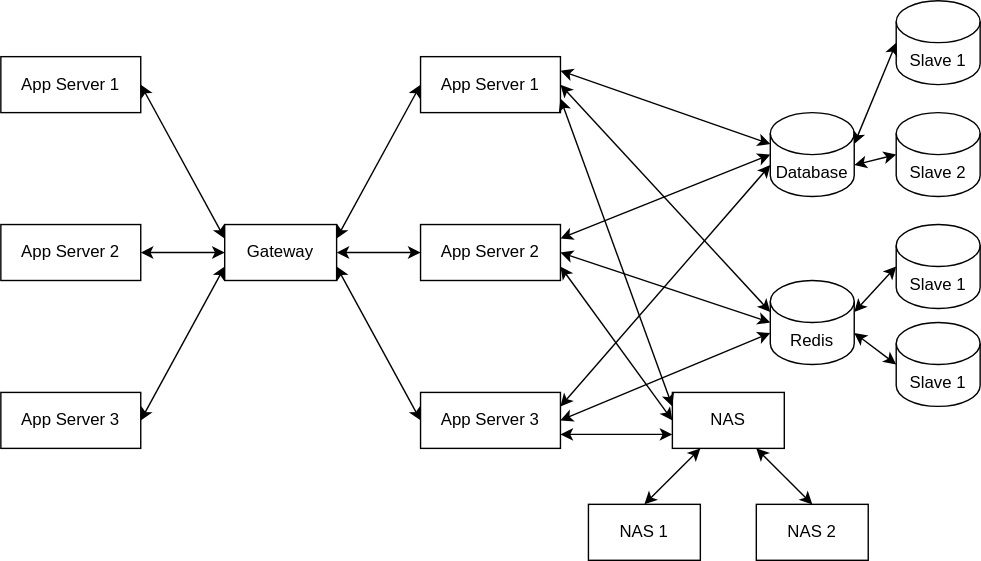
Earlier version of the draw.io export scale-up.svg (Planetbiru/MagicObject). Source tidied: cells renumbered, new cells last; positions are measured from the earlier drawing's top-left corner, leaving out a move shared by most shapes. The source it was exported from:
```xml
<mxGraphModel>
  <root>
    <mxCell id="0" />
    <mxCell id="1" parent="0" />
    <mxCell id="2" value="Gateway" style="rounded=0;whiteSpace=wrap;html=1;" parent="1" vertex="1">
      <mxGeometry x="160" y="160" width="80" height="40" as="geometry" />
    </mxCell>
    <mxCell id="3" value="App Server 1" style="rounded=0;whiteSpace=wrap;html=1;" parent="1" vertex="1">
      <mxGeometry x="300" y="40" width="100" height="40" as="geometry" />
    </mxCell>
    <mxCell id="4" value="App Server 2" style="rounded=0;whiteSpace=wrap;html=1;" parent="1" vertex="1">
      <mxGeometry x="300" y="160" width="100" height="40" as="geometry" />
    </mxCell>
    <mxCell id="5" value="App Server 3" style="rounded=0;whiteSpace=wrap;html=1;" parent="1" vertex="1">
      <mxGeometry x="300" y="280" width="100" height="40" as="geometry" />
    </mxCell>
    <mxCell id="6" value="Database" style="shape=cylinder3;whiteSpace=wrap;html=1;boundedLbl=1;backgroundOutline=1;size=15;" parent="1" vertex="1">
      <mxGeometry x="550" y="80" width="60" height="60" as="geometry" />
    </mxCell>
    <mxCell id="7" style="endArrow=classic;startArrow=classic;html=1;rounded=0;exitX=1;exitY=0.25;exitDx=0;exitDy=0;entryX=0;entryY=0;entryDx=0;entryDy=22.5;entryPerimeter=0;exitPerimeter=0;" parent="1" edge="1" source="3" target="6">
      <mxGeometry relative="1" as="geometry" />
    </mxCell>
    <mxCell id="8" style="endArrow=classic;startArrow=classic;html=1;rounded=0;exitX=1;exitY=0.25;exitDx=0;exitDy=0;entryX=0;entryY=0.5;entryDx=0;entryDy=0;entryPerimeter=0;" parent="1" edge="1" source="4" target="6">
      <mxGeometry relative="1" as="geometry" />
    </mxCell>
    <mxCell id="9" style="endArrow=classic;startArrow=classic;html=1;rounded=0;exitX=1;exitY=0.25;exitDx=0;exitDy=0;entryX=0;entryY=0;entryDx=0;entryDy=37.5;entryPerimeter=0;" parent="1" edge="1" source="5" target="6">
      <mxGeometry relative="1" as="geometry" />
    </mxCell>
    <mxCell id="10" value="Redis" style="shape=cylinder3;whiteSpace=wrap;html=1;boundedLbl=1;backgroundOutline=1;size=15;" parent="1" vertex="1">
      <mxGeometry x="550" y="200" width="60" height="60" as="geometry" />
    </mxCell>
    <mxCell id="11" style="endArrow=classic;startArrow=classic;html=1;rounded=0;exitX=1;exitY=0.5;exitDx=0;exitDy=0;entryX=0;entryY=0;entryDx=0;entryDy=22.5;entryPerimeter=0;" parent="1" edge="1" source="3" target="10">
      <mxGeometry relative="1" as="geometry" />
    </mxCell>
    <mxCell id="12" style="endArrow=classic;startArrow=classic;html=1;rounded=0;exitX=1;exitY=0.5;exitDx=0;exitDy=0;entryX=0;entryY=0.5;entryDx=0;entryDy=0;entryPerimeter=0;" parent="1" edge="1" source="4" target="10">
      <mxGeometry relative="1" as="geometry" />
    </mxCell>
    <mxCell id="13" style="endArrow=classic;startArrow=classic;html=1;rounded=0;exitX=1;exitY=0.5;exitDx=0;exitDy=0;entryX=0;entryY=0;entryDx=0;entryDy=37.5;entryPerimeter=0;" parent="1" edge="1" source="5" target="10">
      <mxGeometry relative="1" as="geometry" />
    </mxCell>
    <mxCell id="14" value="NAS" style="rounded=0;whiteSpace=wrap;html=1;" parent="1" vertex="1">
      <mxGeometry x="480" y="280" width="80" height="40" as="geometry" />
    </mxCell>
    <mxCell id="15" style="endArrow=classic;startArrow=classic;html=1;rounded=0;exitX=1;exitY=0.75;exitDx=0;exitDy=0;entryX=0;entryY=0.25;entryDx=0;entryDy=0;" parent="1" edge="1" source="3" target="14">
      <mxGeometry relative="1" as="geometry" />
    </mxCell>
    <mxCell id="16" style="endArrow=classic;startArrow=classic;html=1;rounded=0;exitX=1;exitY=0.75;exitDx=0;exitDy=0;entryX=0;entryY=0.5;entryDx=0;entryDy=0;" parent="1" edge="1" source="4" target="14">
      <mxGeometry relative="1" as="geometry" />
    </mxCell>
    <mxCell id="17" style="endArrow=classic;startArrow=classic;html=1;rounded=0;exitX=1;exitY=0.75;exitDx=0;exitDy=0;entryX=0;entryY=0.75;entryDx=0;entryDy=0;" parent="1" edge="1" source="5" target="14">
      <mxGeometry relative="1" as="geometry" />
    </mxCell>
    <mxCell id="18" style="endArrow=classic;startArrow=classic;html=1;rounded=0;exitX=1;exitY=0.25;exitDx=0;exitDy=0;entryX=0;entryY=0.5;entryDx=0;entryDy=0;" parent="1" edge="1" source="2" target="3">
      <mxGeometry relative="1" as="geometry" />
    </mxCell>
    <mxCell id="19" style="endArrow=classic;startArrow=classic;html=1;rounded=0;exitX=1;exitY=0.5;exitDx=0;exitDy=0;entryX=0;entryY=0.5;entryDx=0;entryDy=0;" parent="1" edge="1" source="2" target="4">
      <mxGeometry relative="1" as="geometry" />
    </mxCell>
    <mxCell id="20" style="endArrow=classic;startArrow=classic;html=1;rounded=0;exitX=1;exitY=0.75;exitDx=0;exitDy=0;entryX=0;entryY=0.5;entryDx=0;entryDy=0;" parent="1" edge="1" source="2" target="5">
      <mxGeometry relative="1" as="geometry" />
    </mxCell>
    <mxCell id="21" value="App Server 1" style="rounded=0;whiteSpace=wrap;html=1;" parent="1" vertex="1">
      <mxGeometry y="40" width="100" height="40" as="geometry" />
    </mxCell>
    <mxCell id="22" value="App Server 2" style="rounded=0;whiteSpace=wrap;html=1;" parent="1" vertex="1">
      <mxGeometry y="160" width="100" height="40" as="geometry" />
    </mxCell>
    <mxCell id="23" value="App Server 3" style="rounded=0;whiteSpace=wrap;html=1;" parent="1" vertex="1">
      <mxGeometry y="280" width="100" height="40" as="geometry" />
    </mxCell>
    <mxCell id="24" style="endArrow=classic;startArrow=classic;html=1;rounded=0;exitX=1;exitY=0.5;exitDx=0;exitDy=0;entryX=0;entryY=0.25;entryDx=0;entryDy=0;" parent="1" edge="1" source="21" target="2">
      <mxGeometry relative="1" as="geometry" />
    </mxCell>
    <mxCell id="25" style="endArrow=classic;startArrow=classic;html=1;rounded=0;exitX=1;exitY=0.5;exitDx=0;exitDy=0;entryX=0;entryY=0.5;entryDx=0;entryDy=0;" parent="1" edge="1" source="22" target="2">
      <mxGeometry relative="1" as="geometry" />
    </mxCell>
    <mxCell id="26" style="endArrow=classic;startArrow=classic;html=1;rounded=0;exitX=1;exitY=0.5;exitDx=0;exitDy=0;entryX=0;entryY=0.75;entryDx=0;entryDy=0;" parent="1" edge="1" source="23" target="2">
      <mxGeometry relative="1" as="geometry" />
    </mxCell>
    <mxCell id="27" value="Slave 1" style="shape=cylinder3;whiteSpace=wrap;html=1;boundedLbl=1;backgroundOutline=1;size=15;" parent="1" vertex="1">
      <mxGeometry x="640" width="60" height="60" as="geometry" />
    </mxCell>
    <mxCell id="28" value="Slave 2" style="shape=cylinder3;whiteSpace=wrap;html=1;boundedLbl=1;backgroundOutline=1;size=15;" parent="1" vertex="1">
      <mxGeometry x="640" y="80" width="60" height="60" as="geometry" />
    </mxCell>
    <mxCell id="29" style="endArrow=classic;startArrow=classic;html=1;rounded=0;entryX=0;entryY=0.5;entryDx=0;entryDy=0;entryPerimeter=0;exitX=1;exitY=0;exitDx=0;exitDy=22.5;exitPerimeter=0;" parent="1" edge="1" source="6" target="27">
      <mxGeometry relative="1" as="geometry" />
    </mxCell>
    <mxCell id="30" style="endArrow=classic;startArrow=classic;html=1;rounded=0;exitX=1;exitY=0;exitDx=0;exitDy=37.5;exitPerimeter=0;entryX=0;entryY=0.5;entryDx=0;entryDy=0;entryPerimeter=0;" parent="1" edge="1" source="6" target="28">
      <mxGeometry relative="1" as="geometry" />
    </mxCell>
    <mxCell id="31" value="Slave 1" style="shape=cylinder3;whiteSpace=wrap;html=1;boundedLbl=1;backgroundOutline=1;size=15;" parent="1" vertex="1">
      <mxGeometry x="640" y="160" width="60" height="60" as="geometry" />
    </mxCell>
    <mxCell id="32" value="Slave 1" style="shape=cylinder3;whiteSpace=wrap;html=1;boundedLbl=1;backgroundOutline=1;size=15;" parent="1" vertex="1">
      <mxGeometry x="640" y="230" width="60" height="60" as="geometry" />
    </mxCell>
    <mxCell id="33" style="endArrow=classic;startArrow=classic;html=1;rounded=0;exitX=1;exitY=0;exitDx=0;exitDy=22.5;exitPerimeter=0;entryX=0;entryY=0.5;entryDx=0;entryDy=0;entryPerimeter=0;" parent="1" edge="1" source="10" target="31">
      <mxGeometry relative="1" as="geometry" />
    </mxCell>
    <mxCell id="34" style="endArrow=classic;startArrow=classic;html=1;rounded=0;exitX=1;exitY=0;exitDx=0;exitDy=37.5;exitPerimeter=0;entryX=0;entryY=0.5;entryDx=0;entryDy=0;entryPerimeter=0;" parent="1" edge="1" source="10" target="32">
      <mxGeometry relative="1" as="geometry" />
    </mxCell>
    <mxCell id="35" value="NAS 1" style="rounded=0;whiteSpace=wrap;html=1;" parent="1" vertex="1">
      <mxGeometry x="420" y="360" width="80" height="40" as="geometry" />
    </mxCell>
    <mxCell id="36" value="NAS 2" style="rounded=0;whiteSpace=wrap;html=1;" parent="1" vertex="1">
      <mxGeometry x="540" y="360" width="80" height="40" as="geometry" />
    </mxCell>
    <mxCell id="37" style="endArrow=classic;startArrow=classic;html=1;rounded=0;exitX=0.5;exitY=0;exitDx=0;exitDy=0;entryX=0.25;entryY=1;entryDx=0;entryDy=0;" parent="1" edge="1" source="35" target="14">
      <mxGeometry relative="1" as="geometry" />
    </mxCell>
    <mxCell id="38" style="endArrow=classic;startArrow=classic;html=1;rounded=0;exitX=0.5;exitY=0;exitDx=0;exitDy=0;entryX=0.75;entryY=1;entryDx=0;entryDy=0;" parent="1" edge="1" source="36" target="14">
      <mxGeometry relative="1" as="geometry" />
    </mxCell>
  </root>
</mxGraphModel>
```
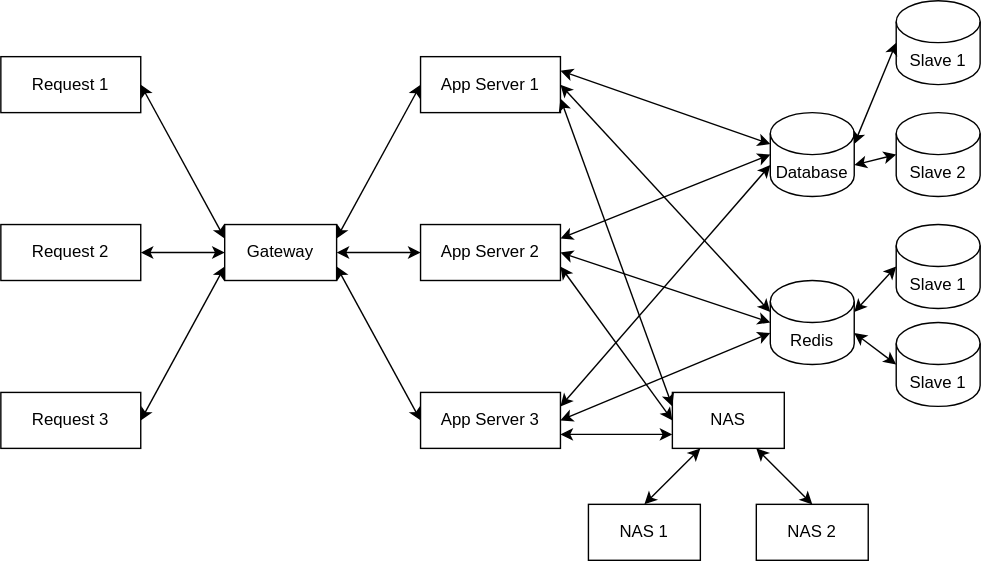
Later version of the same file.

What changed in the source:
```diff
@@ -59,13 +59,13 @@
     <mxCell id="20" style="endArrow=classic;startArrow=classic;html=1;rounded=0;exitX=1;exitY=0.75;exitDx=0;exitDy=0;entryX=0;entryY=0.5;entryDx=0;entryDy=0;" parent="1" edge="1" source="2" target="5">
       <mxGeometry relative="1" as="geometry" />
     </mxCell>
-    <mxCell id="21" value="App Server 1" style="rounded=0;whiteSpace=wrap;html=1;" parent="1" vertex="1">
+    <mxCell id="21" value="Request 1" style="rounded=0;whiteSpace=wrap;html=1;" parent="1" vertex="1">
       <mxGeometry y="40" width="100" height="40" as="geometry" />
     </mxCell>
-    <mxCell id="22" value="App Server 2" style="rounded=0;whiteSpace=wrap;html=1;" parent="1" vertex="1">
+    <mxCell id="22" value="Request 2" style="rounded=0;whiteSpace=wrap;html=1;" parent="1" vertex="1">
       <mxGeometry y="160" width="100" height="40" as="geometry" />
     </mxCell>
-    <mxCell id="23" value="App Server 3" style="rounded=0;whiteSpace=wrap;html=1;" parent="1" vertex="1">
+    <mxCell id="23" value="Request 3" style="rounded=0;whiteSpace=wrap;html=1;" parent="1" vertex="1">
       <mxGeometry y="280" width="100" height="40" as="geometry" />
     </mxCell>
     <mxCell id="24" style="endArrow=classic;startArrow=classic;html=1;rounded=0;exitX=1;exitY=0.5;exitDx=0;exitDy=0;entryX=0;entryY=0.25;entryDx=0;entryDy=0;" parent="1" edge="1" source="21" target="2">
```
